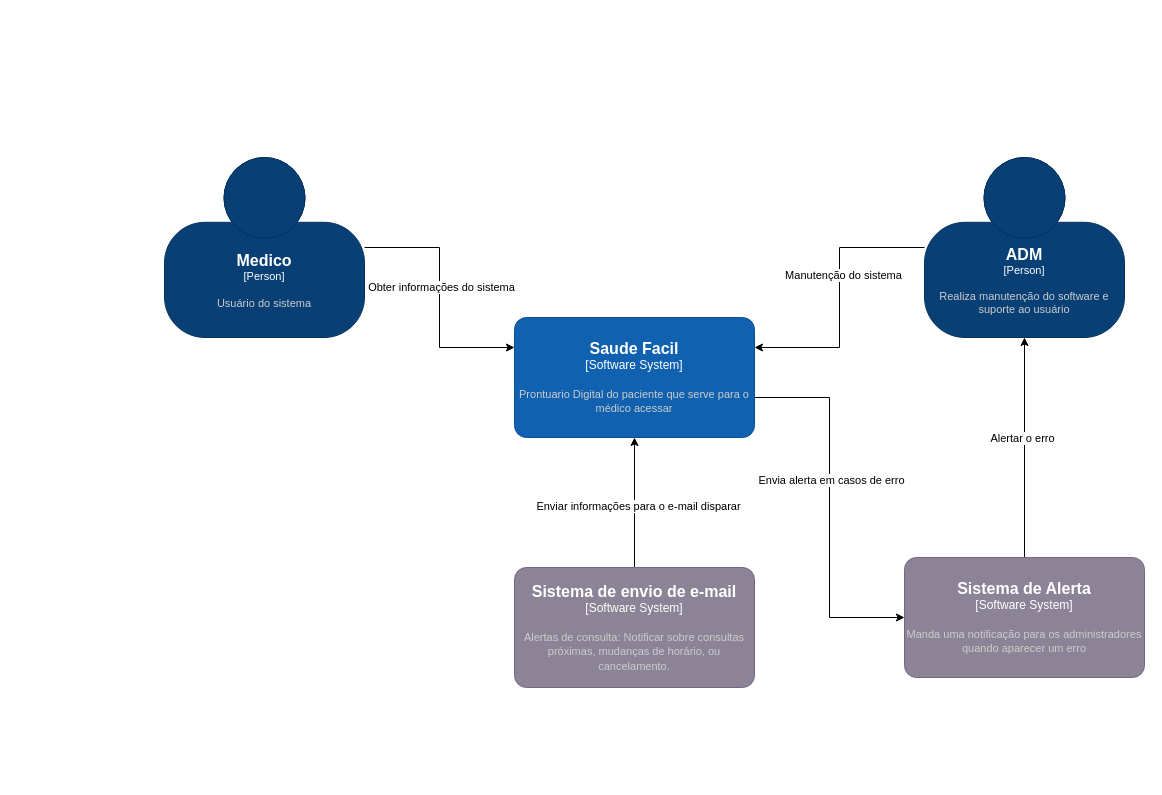
Earlier version of the draw.io diagram Diagrama sem nome.drawio (WillianDametto/PIM-Faculdade). Source tidied: cells renumbered, new cells numbered last; positions are measured from the earlier drawing's top-left corner, leaving out a move shared by most shapes. Both pictures are drawn from the tidied source at 100%, with x=0, y=0 at pixel (164, 157).
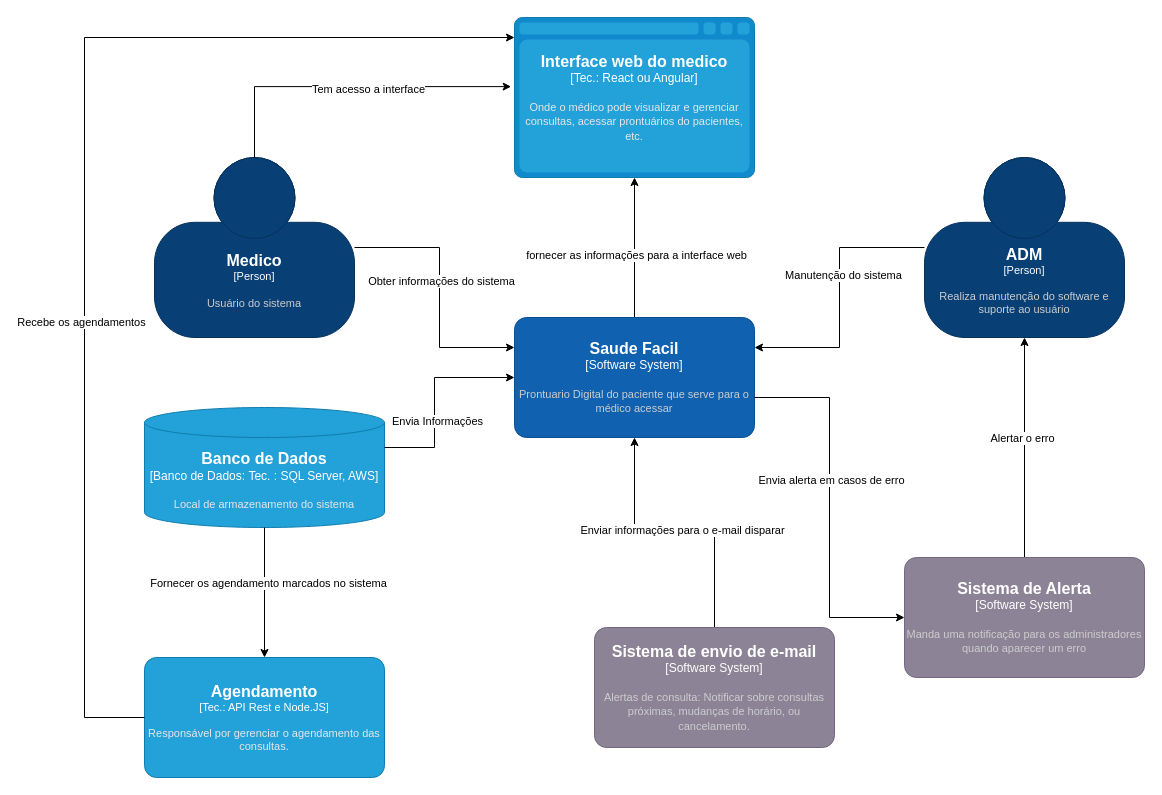
The same page after the edit.

Unchanged cells that the change refers to:
```xml
<object id="8" label="&lt;font style=&quot;font-size: 16px&quot;&gt;&lt;b&gt;%c4Name%&lt;/b&gt;&lt;/font&gt;&lt;div&gt;[%c4Type%]&lt;/div&gt;&lt;br&gt;&lt;div&gt;&lt;font style=&quot;font-size: 11px&quot;&gt;&lt;font color=&quot;#cccccc&quot;&gt;%c4Description%&lt;/font&gt;&lt;/div&gt;" c4Description="Prontuario Digital do paciente que serve para o médico acessar" c4Name="Saude Facil" c4Type="Software System" placeholders="1">
  <mxCell style="rounded=1;whiteSpace=wrap;html=1;labelBackgroundColor=none;fillColor=#1061B0;fontColor=#ffffff;align=center;arcSize=10;strokeColor=#0D5091;points=[[0.25,0,0],[0.5,0,0],[0.75,0,0],[1,0.25,0],[1,0.5,0],[1,0.75,0],[0.75,1,0],[0.5,1,0],[0.25,1,0],[0,0.75,0],[0,0.5,0],[0,0.25,0]];" parent="1" vertex="1">
    <mxGeometry x="350" y="160" width="240" height="120" as="geometry" />
  </mxCell>
</object>
```

Diff of the diagram source:
```diff
@@
     <object id="4" label="&lt;font style=&quot;font-size: 16px&quot;&gt;&lt;b&gt;%c4Name%&lt;/b&gt;&lt;/font&gt;&lt;div&gt;[%c4Type%]&lt;/div&gt;&lt;br&gt;&lt;div&gt;&lt;font style=&quot;font-size: 11px&quot;&gt;&lt;font color=&quot;#cccccc&quot;&gt;%c4Description%&lt;/font&gt;&lt;/div&gt;" c4Description="Alertas de consulta: Notificar sobre consultas próximas, mudanças de horário, ou cancelamento." c4Name="Sistema de envio de e-mail" c4Type="Software System" placeholders="1">
       <mxCell style="rounded=1;whiteSpace=wrap;html=1;labelBackgroundColor=none;fillColor=#8C8496;fontColor=#ffffff;align=center;arcSize=10;strokeColor=#736782;points=[[0.25,0,0],[0.5,0,0],[0.75,0,0],[1,0.25,0],[1,0.5,0],[1,0.75,0],[0.75,1,0],[0.5,1,0],[0.25,1,0],[0,0.75,0],[0,0.5,0],[0,0.25,0]];" parent="1" vertex="1">
-        <mxGeometry x="350" y="410" width="240" height="120" as="geometry" />
+        <mxGeometry x="430" y="470" width="240" height="120" as="geometry" />
       </mxCell>
     </object>
@@
     <object id="7" label="&lt;font style=&quot;font-size: 16px&quot;&gt;&lt;b&gt;%c4Name%&lt;/b&gt;&lt;/font&gt;&lt;div&gt;[%c4Type%]&lt;/div&gt;&lt;br&gt;&lt;div&gt;&lt;font style=&quot;font-size: 11px&quot;&gt;&lt;font color=&quot;#cccccc&quot;&gt;%c4Description%&lt;/font&gt;&lt;/div&gt;" c4Description="Usuário do sistema" c4Name="Medico" c4Type="Person" placeholders="1">
       <mxCell style="html=1;fontSize=11;dashed=0;whiteSpace=wrap;fillColor=#083F75;strokeColor=#06315C;fontColor=#ffffff;shape=mxgraph.c4.person2;align=center;points=[[0.5,0,0],[1,0.5,0],[1,0.75,0],[0.75,1,0],[0.5,1,0],[0.25,1,0],[0,0.75,0],[0,0.5,0]];" parent="1" vertex="1">
-        <mxGeometry width="200" height="180" as="geometry" />
+        <mxGeometry x="-10" width="200" height="180" as="geometry" />
       </mxCell>
     </object>
+    <mxCell id="17" style="edgeStyle=orthogonalEdgeStyle;rounded=0;jettySize=auto;html=1;" parent="1" edge="1" source="8" target="23">
+      <mxGeometry relative="1" as="geometry" />
+    </mxCell>
+    <mxCell id="18" value="fornecer as informações para a interface web" style="edgeLabel;html=1;align=center;verticalAlign=middle;" parent="17" vertex="1">
+      <mxGeometry x="-0.1" y="-1" relative="1" as="geometry" />
+    </mxCell>
@@
+    <object id="19" label="&lt;font style=&quot;font-size: 16px&quot;&gt;&lt;b&gt;%c4Type%&lt;/b&gt;&lt;/font&gt;&lt;div&gt;[%c4Container%:&amp;nbsp;%c4Technology%]&lt;/div&gt;&lt;br&gt;&lt;div&gt;&lt;font style=&quot;font-size: 11px&quot;&gt;&lt;font color=&quot;#E6E6E6&quot;&gt;%c4Description%&lt;/font&gt;&lt;/div&gt;" c4Container="Banco de Dados" c4Description="Local de armazenamento do sistema" c4Technology="Tec. : SQL Server, AWS" c4Type="Banco de Dados" placeholders="1">
+      <mxCell style="shape=cylinder3;size=15;whiteSpace=wrap;html=1;boundedLbl=1;rounded=0;labelBackgroundColor=none;fillColor=#23A2D9;fontSize=12;fontColor=#ffffff;align=center;strokeColor=#0E7DAD;points=[[0.5,0,0],[1,0.25,0],[1,0.5,0],[1,0.75,0],[0.5,1,0],[0,0.75,0],[0,0.5,0],[0,0.25,0]];" parent="1" vertex="1">
+        <mxGeometry x="-20" y="250" width="240" height="120" as="geometry" />
+      </mxCell>
+    </object>
+    <mxCell id="20" style="edgeStyle=orthogonalEdgeStyle;rounded=0;jettySize=auto;html=1;entryX=0;entryY=0.5;entryDx=0;entryDy=0;entryPerimeter=0;" parent="1" edge="1" source="19" target="8">
+      <mxGeometry relative="1" as="geometry">
+        <Array as="points">
+          <mxPoint x="270" y="290" />
+          <mxPoint x="270" y="220" />
+        </Array>
+      </mxGeometry>
+    </mxCell>
+    <mxCell id="21" value="Envia Informações" style="edgeLabel;html=1;align=center;verticalAlign=middle;" parent="20" vertex="1">
+      <mxGeometry x="-0.23" y="-2" relative="1" as="geometry" />
+    </mxCell>
+    <object id="22" label="&lt;font style=&quot;font-size: 16px&quot;&gt;&lt;b&gt;%c4Name%&lt;/b&gt;&lt;/font&gt;&lt;div&gt;[%c4Type%: %c4Technology%]&lt;/div&gt;&lt;br&gt;&lt;div&gt;&lt;font style=&quot;font-size: 11px&quot;&gt;&lt;font color=&quot;#E6E6E6&quot;&gt;%c4Description%&lt;/font&gt;&lt;/div&gt;" c4Description="Responsável por gerenciar o agendamento das consultas." c4Name="Agendamento" c4Technology="API Rest e Node.JS" c4Type="Tec." placeholders="1">
+      <mxCell style="rounded=1;whiteSpace=wrap;html=1;fontSize=11;labelBackgroundColor=none;fillColor=#23A2D9;fontColor=#ffffff;align=center;arcSize=10;strokeColor=#0E7DAD;points=[[0.25,0,0],[0.5,0,0],[0.75,0,0],[1,0.25,0],[1,0.5,0],[1,0.75,0],[0.75,1,0],[0.5,1,0],[0.25,1,0],[0,0.75,0],[0,0.5,0],[0,0.25,0]];" parent="1" vertex="1">
+        <mxGeometry x="-20" y="500" width="240" height="120" as="geometry" />
+      </mxCell>
+    </object>
+    <object id="23" label="&lt;font style=&quot;font-size: 16px&quot;&gt;&lt;b&gt;%c4Type%&lt;/b&gt;&lt;/font&gt;&lt;div&gt;[%c4Container%:&amp;nbsp;%c4Technology%]&lt;/div&gt;&lt;br&gt;&lt;div&gt;&lt;font style=&quot;font-size: 11px&quot;&gt;&lt;font color=&quot;#E6E6E6&quot;&gt;%c4Description%&lt;/font&gt;&lt;/div&gt;" c4Container="Tec." c4Description="Onde o médico pode visualizar e gerenciar consultas, acessar prontuários do pacientes, etc." c4Technology="React ou Angular" c4Type="Interface web do medico" placeholders="1">
+      <mxCell style="shape=mxgraph.c4.webBrowserContainer2;whiteSpace=wrap;html=1;boundedLbl=1;rounded=0;labelBackgroundColor=none;strokeColor=#118ACD;fillColor=#23A2D9;strokeColor=#118ACD;strokeColor2=#0E7DAD;fontSize=12;fontColor=#ffffff;align=center;points=[[0.5,0,0],[1,0.25,0],[1,0.5,0],[1,0.75,0],[0.5,1,0],[0,0.75,0],[0,0.5,0],[0,0.25,0]];" parent="1" vertex="1">
+        <mxGeometry x="350" y="-140" width="240" height="160" as="geometry" />
+      </mxCell>
+    </object>
+    <mxCell id="24" style="edgeStyle=orthogonalEdgeStyle;rounded=0;jettySize=auto;html=1;entryX=-0.014;entryY=0.432;entryDx=0;entryDy=0;entryPerimeter=0;" parent="1" edge="1" source="7" target="23">
+      <mxGeometry relative="1" as="geometry">
+        <Array as="points">
+          <mxPoint x="90" y="-71" />
+        </Array>
+      </mxGeometry>
+    </mxCell>
+    <mxCell id="25" value="Tem acesso a interface" style="edgeLabel;html=1;align=center;verticalAlign=middle;" parent="24" vertex="1">
+      <mxGeometry x="0.12" y="-2" relative="1" as="geometry">
+        <mxPoint x="1" as="offset" />
+      </mxGeometry>
+    </mxCell>
+    <mxCell id="26" style="edgeStyle=orthogonalEdgeStyle;rounded=0;jettySize=auto;html=1;entryX=0.5;entryY=0;entryDx=0;entryDy=0;entryPerimeter=0;" parent="1" edge="1" source="19" target="22">
+      <mxGeometry relative="1" as="geometry" />
+    </mxCell>
+    <mxCell id="27" value="Fornecer os agendamento marcados no sistema" style="edgeLabel;html=1;align=center;verticalAlign=middle;" parent="26" vertex="1">
+      <mxGeometry x="-0.16" y="3" relative="1" as="geometry" />
+    </mxCell>
+    <mxCell id="28" style="edgeStyle=orthogonalEdgeStyle;rounded=0;jettySize=auto;html=1;entryX=0;entryY=0.125;entryDx=0;entryDy=0;entryPerimeter=0;" parent="1" edge="1" source="22" target="23">
+      <mxGeometry relative="1" as="geometry">
+        <Array as="points">
+          <mxPoint x="-80" y="560" />
+          <mxPoint x="-80" y="-120" />
+        </Array>
+      </mxGeometry>
+    </mxCell>
+    <mxCell id="29" value="Recebe os agendamentos" style="edgeLabel;html=1;align=center;verticalAlign=middle;" parent="28" vertex="1">
+      <mxGeometry x="-0.22" y="4" relative="1" as="geometry" />
+    </mxCell>
```
